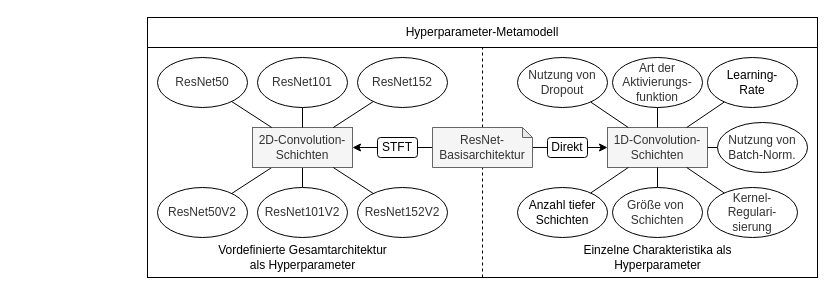
The draw.io diagram images/hypermodell.drawio in PhilippMatthes/diplom, before the edit. Source tidied: cells renumbered, new cells numbered last; positions are measured from the earlier drawing's top-left corner, leaving out a move shared by most shapes. Both pictures are drawn from the tidied source at 100%, with x=0, y=0 at pixel (147, 17).
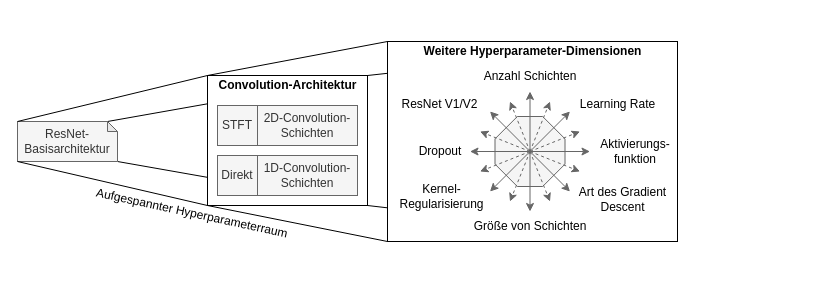
The same page after the edit.

Change to the diagram source:
```diff
@@
-    <mxCell id="2" style="rounded=0;whiteSpace=wrap;html=1;align=left;" parent="1" vertex="1">
-      <mxGeometry width="670" height="260" as="geometry" />
-    </mxCell>
-    <mxCell id="3" style="endArrow=none;dashed=1;html=1;exitX=0.5;exitY=1;exitDx=0;exitDy=0;entryX=0.5;entryY=1;entryDx=0;entryDy=0;" parent="1" edge="1" source="2" target="39">
-      <mxGeometry relative="1" as="geometry" />
-    </mxCell>
-    <mxCell id="4" style="edgeStyle=orthogonalEdgeStyle;rounded=0;jettySize=auto;html=1;exitX=0;exitY=0.5;exitDx=0;exitDy=0;exitPerimeter=0;entryX=1;entryY=0.5;entryDx=0;entryDy=0;" parent="1" edge="1" source="6" target="9">
-      <mxGeometry relative="1" as="geometry" />
-    </mxCell>
-    <mxCell id="5" style="edgeStyle=orthogonalEdgeStyle;rounded=0;jettySize=auto;html=1;exitX=0.996;exitY=0.499;exitDx=0;exitDy=0;exitPerimeter=0;entryX=0;entryY=0.5;entryDx=0;entryDy=0;" parent="1" edge="1" source="6" target="10">
-      <mxGeometry relative="1" as="geometry" />
-    </mxCell>
+    <mxCell id="40" style="edgeStyle=none;rounded=0;jettySize=auto;html=1;exitX=0;exitY=1;exitDx=0;exitDy=0;entryX=0;entryY=1;entryDx=0;entryDy=0;endArrow=none;endFill=0;" parent="1" edge="1" source="48" target="45">
+      <mxGeometry relative="1" as="geometry" />
+    </mxCell>
+    <mxCell id="41" style="edgeStyle=none;rounded=0;jettySize=auto;html=1;exitX=1;exitY=1;exitDx=0;exitDy=0;entryX=1;entryY=1;entryDx=0;entryDy=0;endArrow=none;endFill=0;" parent="1" edge="1" source="48" target="45">
+      <mxGeometry relative="1" as="geometry" />
+    </mxCell>
+    <mxCell id="42" style="edgeStyle=none;rounded=0;jettySize=auto;html=1;exitX=1;exitY=0;exitDx=0;exitDy=0;entryX=1;entryY=0;entryDx=0;entryDy=0;endArrow=none;endFill=0;" parent="1" edge="1" source="48" target="45">
+      <mxGeometry relative="1" as="geometry" />
+    </mxCell>
+    <mxCell id="43" style="endArrow=none;html=1;exitX=0;exitY=0;exitDx=90;exitDy=0;exitPerimeter=0;entryX=1;entryY=0;entryDx=0;entryDy=0;" parent="1" edge="1" source="6" target="48">
+      <mxGeometry relative="1" as="geometry" />
+    </mxCell>
+    <mxCell id="44" style="endArrow=none;html=1;exitX=1;exitY=1;exitDx=0;exitDy=0;exitPerimeter=0;entryX=1;entryY=1;entryDx=0;entryDy=0;" parent="1" edge="1" source="6" target="48">
+      <mxGeometry relative="1" as="geometry" />
+    </mxCell>
+    <mxCell id="45" style="rounded=0;whiteSpace=wrap;html=1;" parent="1" vertex="1">
+      <mxGeometry x="240" y="24" width="290" height="200" as="geometry" />
+    </mxCell>
+    <mxCell id="46" style="whiteSpace=wrap;html=1;shape=mxgraph.basic.octagon2;align=center;verticalAlign=middle;dx=11.17;fillColor=#f5f5f5;strokeColor=#666666;fontColor=#333333;" parent="1" vertex="1">
+      <mxGeometry x="347.5" y="99" width="70" height="70" as="geometry" />
+    </mxCell>
+    <mxCell id="47" style="rounded=0;jettySize=auto;html=1;exitX=0;exitY=0;exitDx=0;exitDy=0;entryX=0;entryY=0;entryDx=0;entryDy=0;endArrow=none;endFill=0;" parent="1" edge="1" source="48" target="45">
+      <mxGeometry relative="1" as="geometry" />
+    </mxCell>
+    <mxCell id="48" style="rounded=0;whiteSpace=wrap;html=1;" parent="1" vertex="1">
+      <mxGeometry x="60" y="58" width="160" height="130" as="geometry" />
+    </mxCell>
     <mxCell id="6" value="ResNet-Basisarchitektur" style="shape=note;whiteSpace=wrap;html=1;backgroundOutline=1;darkOpacity=0.05;size=10;fillColor=#f5f5f5;strokeColor=#666666;fontColor=#333333;" parent="1" vertex="1">
-      <mxGeometry x="285" y="110" width="100" height="40" as="geometry" />
+      <mxGeometry x="-130" y="104" width="100" height="40" as="geometry" />
     </mxCell>
-    <mxCell id="7" style="edgeStyle=none;rounded=0;jettySize=auto;html=1;startArrow=none;startFill=0;endArrow=none;endFill=0;" parent="1" edge="1" source="9" target="33">
-      <mxGeometry relative="1" as="geometry" />
-    </mxCell>
-    <mxCell id="8" style="edgeStyle=none;rounded=0;jettySize=auto;html=1;startArrow=none;startFill=0;endArrow=none;endFill=0;" parent="1" edge="1" source="9" target="34">
-      <mxGeometry relative="1" as="geometry" />
-    </mxCell>
     <mxCell id="9" value="2D-Convolution-Schichten" style="rounded=0;whiteSpace=wrap;html=1;fillColor=#f5f5f5;strokeColor=#666666;fontColor=#333333;" parent="1" vertex="1">
-      <mxGeometry x="105" y="110" width="100" height="40" as="geometry" />
+      <mxGeometry x="110" y="88" width="100" height="40" as="geometry" />
     </mxCell>
     <mxCell id="10" value="1D-Convolution-Schichten" style="rounded=0;whiteSpace=wrap;html=1;fillColor=#f5f5f5;strokeColor=#666666;fontColor=#333333;" parent="1" vertex="1">
-      <mxGeometry x="460" y="110" width="100" height="40" as="geometry" />
+      <mxGeometry x="110" y="138" width="100" height="40" as="geometry" />
     </mxCell>
-    <mxCell id="11" value="STFT" style="rounded=1;whiteSpace=wrap;html=1;" parent="1" vertex="1">
-      <mxGeometry x="230" y="120" width="40" height="20" as="geometry" />
+    <mxCell id="11" value="STFT" style="rounded=0;whiteSpace=wrap;html=1;fillColor=#f5f5f5;strokeColor=#666666;fontColor=#333333;" parent="1" vertex="1">
+      <mxGeometry x="70" y="88" width="40" height="40" as="geometry" />
     </mxCell>
-    <mxCell id="12" value="Direkt" style="rounded=1;whiteSpace=wrap;html=1;" parent="1" vertex="1">
-      <mxGeometry x="400" y="120" width="40" height="20" as="geometry" />
+    <mxCell id="12" value="Direkt" style="rounded=0;whiteSpace=wrap;html=1;fillColor=#f5f5f5;strokeColor=#666666;fontColor=#333333;" parent="1" vertex="1">
+      <mxGeometry x="70" y="138" width="40" height="40" as="geometry" />
     </mxCell>
-    <mxCell id="13" style="rounded=0;jettySize=auto;html=1;startArrow=none;startFill=0;endArrow=none;endFill=0;" parent="1" edge="1" source="14" target="10">
-      <mxGeometry relative="1" as="geometry" />
-    </mxCell>
-    <mxCell id="14" value="Anzahl tiefer Schichten" style="ellipse;whiteSpace=wrap;html=1;rounded=0;align=center;" parent="1" vertex="1">
-      <mxGeometry x="370" y="170" width="90" height="50" as="geometry" />
-    </mxCell>
-    <mxCell id="15" style="edgeStyle=none;rounded=0;jettySize=auto;html=1;startArrow=none;startFill=0;endArrow=none;endFill=0;" parent="1" edge="1" source="16" target="10">
-      <mxGeometry relative="1" as="geometry" />
-    </mxCell>
-    <mxCell id="16" value="Learning-&lt;br&gt;Rate" style="ellipse;whiteSpace=wrap;html=1;rounded=0;align=center;" parent="1" vertex="1">
-      <mxGeometry x="560" y="40" width="90" height="50" as="geometry" />
-    </mxCell>
-    <mxCell id="17" style="edgeStyle=none;rounded=0;jettySize=auto;html=1;startArrow=none;startFill=0;endArrow=none;endFill=0;" parent="1" edge="1" source="18" target="10">
-      <mxGeometry relative="1" as="geometry" />
-    </mxCell>
-    <mxCell id="18" value="&lt;span style=&quot;color: rgb(51 , 51 , 51)&quot;&gt;Art der Aktivierungs-funktion&lt;/span&gt;" style="ellipse;whiteSpace=wrap;html=1;rounded=0;align=center;" parent="1" vertex="1">
-      <mxGeometry x="465" y="40" width="90" height="50" as="geometry" />
-    </mxCell>
-    <mxCell id="19" style="edgeStyle=none;rounded=0;jettySize=auto;html=1;startArrow=none;startFill=0;endArrow=none;endFill=0;" parent="1" edge="1" source="20" target="10">
-      <mxGeometry relative="1" as="geometry" />
-    </mxCell>
+    <mxCell id="49" value="&lt;b&gt;Convolution-Architektur&lt;/b&gt;" style="text;html=1;strokeColor=none;fillColor=none;align=center;verticalAlign=middle;whiteSpace=wrap;rounded=0;" parent="1" vertex="1">
+      <mxGeometry x="67.5" y="58" width="145" height="20" as="geometry" />
+    </mxCell>
+    <mxCell id="50" style="endArrow=classic;html=1;fillColor=#f5f5f5;strokeColor=#666666;" parent="1" edge="1">
+      <mxGeometry relative="1" as="geometry">
+        <mxPoint x="382.5" y="134" as="sourcePoint" />
+        <mxPoint x="382.5" y="74" as="targetPoint" />
+      </mxGeometry>
+    </mxCell>
+    <mxCell id="51" value="Anzahl Schichten" style="text;html=1;strokeColor=none;fillColor=none;align=center;verticalAlign=middle;whiteSpace=wrap;rounded=0;" parent="1" vertex="1">
+      <mxGeometry x="322.5" y="49" width="120" height="20" as="geometry" />
+    </mxCell>
+    <mxCell id="52" style="endArrow=classic;html=1;fillColor=#f5f5f5;strokeColor=#666666;" parent="1" edge="1">
+      <mxGeometry relative="1" as="geometry">
+        <mxPoint x="382.5" y="134" as="sourcePoint" />
+        <mxPoint x="442.5" y="134" as="targetPoint" />
+      </mxGeometry>
+    </mxCell>
+    <mxCell id="53" value="Aktivierungs-&lt;br&gt;funktion" style="text;html=1;strokeColor=none;fillColor=none;align=center;verticalAlign=middle;whiteSpace=wrap;rounded=0;" parent="1" vertex="1">
+      <mxGeometry x="452.5" y="124" width="70" height="20" as="geometry" />
+    </mxCell>
+    <mxCell id="54" style="endArrow=classic;html=1;fillColor=#f5f5f5;strokeColor=#666666;" parent="1" edge="1">
+      <mxGeometry relative="1" as="geometry">
+        <mxPoint x="382.5" y="134" as="sourcePoint" />
+        <mxPoint x="382.5" y="194" as="targetPoint" />
+      </mxGeometry>
+    </mxCell>
-    <mxCell id="20" value="&lt;span style=&quot;color: rgb(51 , 51 , 51)&quot;&gt;Größe von&amp;nbsp;&lt;/span&gt;&lt;br style=&quot;color: rgb(51 , 51 , 51)&quot;&gt;&lt;span style=&quot;color: rgb(51 , 51 , 51)&quot;&gt;Schichten&lt;/span&gt;" style="ellipse;whiteSpace=wrap;html=1;rounded=0;align=center;" parent="1" vertex="1">
-      <mxGeometry x="465" y="170" width="90" height="50" as="geometry" />
+    <mxCell id="20" value="Größe von Schichten" style="text;html=1;strokeColor=none;fillColor=none;align=center;verticalAlign=middle;whiteSpace=wrap;rounded=0;" parent="1" vertex="1">
+      <mxGeometry x="312.5" y="199" width="140" height="20" as="geometry" />
     </mxCell>
-    <mxCell id="21" style="edgeStyle=none;rounded=0;jettySize=auto;html=1;startArrow=none;startFill=0;endArrow=none;endFill=0;" parent="1" edge="1" source="22" target="10">
-      <mxGeometry relative="1" as="geometry" />
-    </mxCell>
-    <mxCell id="22" value="&lt;span style=&quot;color: rgb(51 , 51 , 51)&quot;&gt;Nutzung von Dropout&lt;/span&gt;" style="ellipse;whiteSpace=wrap;html=1;rounded=0;align=center;" parent="1" vertex="1">
-      <mxGeometry x="370" y="40" width="90" height="50" as="geometry" />
-    </mxCell>
-    <mxCell id="23" style="edgeStyle=none;rounded=0;jettySize=auto;html=1;startArrow=none;startFill=0;endArrow=none;endFill=0;" parent="1" edge="1" source="24" target="10">
-      <mxGeometry relative="1" as="geometry" />
-    </mxCell>
-    <mxCell id="24" value="&lt;span style=&quot;color: rgb(51 , 51 , 51)&quot;&gt;Nutzung von Batch-Norm.&lt;/span&gt;" style="ellipse;whiteSpace=wrap;html=1;rounded=0;align=center;" parent="1" vertex="1">
-      <mxGeometry x="570" y="105" width="90" height="50" as="geometry" />
-    </mxCell>
-    <mxCell id="25" style="edgeStyle=none;rounded=0;jettySize=auto;html=1;startArrow=none;startFill=0;endArrow=none;endFill=0;" parent="1" edge="1" source="26" target="10">
-      <mxGeometry relative="1" as="geometry" />
-    </mxCell>
-    <mxCell id="26" value="&lt;span style=&quot;color: rgb(51 , 51 , 51)&quot;&gt;Kernel-&lt;br&gt;Regulari-sierung&lt;br&gt;&lt;/span&gt;" style="ellipse;whiteSpace=wrap;html=1;rounded=0;align=center;" parent="1" vertex="1">
-      <mxGeometry x="560" y="170" width="90" height="50" as="geometry" />
-    </mxCell>
-    <mxCell id="27" style="edgeStyle=none;rounded=0;jettySize=auto;html=1;startArrow=none;startFill=0;endArrow=none;endFill=0;" parent="1" edge="1" source="28" target="9">
-      <mxGeometry relative="1" as="geometry" />
-    </mxCell>
-    <mxCell id="28" value="&lt;span style=&quot;color: rgb(51 , 51 , 51)&quot;&gt;ResNet50&lt;/span&gt;" style="ellipse;whiteSpace=wrap;html=1;rounded=0;align=center;" parent="1" vertex="1">
-      <mxGeometry x="10" y="40" width="90" height="50" as="geometry" />
-    </mxCell>
-    <mxCell id="29" style="edgeStyle=none;rounded=0;jettySize=auto;html=1;startArrow=none;startFill=0;endArrow=none;endFill=0;" parent="1" edge="1" source="30" target="9">
-      <mxGeometry relative="1" as="geometry" />
-    </mxCell>
-    <mxCell id="30" value="&lt;span style=&quot;color: rgb(51 , 51 , 51)&quot;&gt;ResNet101&lt;/span&gt;" style="ellipse;whiteSpace=wrap;html=1;rounded=0;align=center;" parent="1" vertex="1">
-      <mxGeometry x="110" y="40" width="90" height="50" as="geometry" />
-    </mxCell>
-    <mxCell id="31" style="edgeStyle=none;rounded=0;jettySize=auto;html=1;startArrow=none;startFill=0;endArrow=none;endFill=0;" parent="1" edge="1" source="32" target="9">
-      <mxGeometry relative="1" as="geometry" />
-    </mxCell>
-    <mxCell id="32" value="&lt;span style=&quot;color: rgb(51 , 51 , 51)&quot;&gt;ResNet152&lt;/span&gt;" style="ellipse;whiteSpace=wrap;html=1;rounded=0;align=center;" parent="1" vertex="1">
-      <mxGeometry x="210" y="40" width="90" height="50" as="geometry" />
-    </mxCell>
-    <mxCell id="33" value="&lt;span style=&quot;color: rgb(51 , 51 , 51)&quot;&gt;ResNet50V2&lt;/span&gt;" style="ellipse;whiteSpace=wrap;html=1;rounded=0;align=center;" parent="1" vertex="1">
-      <mxGeometry x="10" y="170" width="90" height="50" as="geometry" />
-    </mxCell>
-    <mxCell id="34" value="&lt;span style=&quot;color: rgb(51 , 51 , 51)&quot;&gt;ResNet101V2&lt;/span&gt;" style="ellipse;whiteSpace=wrap;html=1;rounded=0;align=center;" parent="1" vertex="1">
-      <mxGeometry x="110" y="170" width="90" height="50" as="geometry" />
-    </mxCell>
-    <mxCell id="35" style="edgeStyle=none;rounded=0;jettySize=auto;html=1;startArrow=none;startFill=0;endArrow=none;endFill=0;" parent="1" edge="1" source="36" target="9">
-      <mxGeometry relative="1" as="geometry" />
-    </mxCell>
-    <mxCell id="36" value="&lt;span style=&quot;color: rgb(51 , 51 , 51)&quot;&gt;ResNet152V2&lt;/span&gt;" style="ellipse;whiteSpace=wrap;html=1;rounded=0;align=center;" parent="1" vertex="1">
-      <mxGeometry x="210" y="170" width="90" height="50" as="geometry" />
-    </mxCell>
-    <mxCell id="37" value="Vordefinierte Gesamtarchitektur als Hyperparameter" style="text;html=1;strokeColor=none;fillColor=none;align=center;verticalAlign=middle;whiteSpace=wrap;rounded=0;" parent="1" vertex="1">
-      <mxGeometry x="63.8" y="220" width="182.5" height="40" as="geometry" />
-    </mxCell>
-    <mxCell id="38" value="Einzelne Charakteristika als Hyperparameter" style="text;html=1;strokeColor=none;fillColor=none;align=center;verticalAlign=middle;whiteSpace=wrap;rounded=0;" parent="1" vertex="1">
-      <mxGeometry x="432.5" y="220" width="155" height="40" as="geometry" />
-    </mxCell>
-    <mxCell id="39" value="Hyperparameter-Metamodell" style="rounded=0;whiteSpace=wrap;html=1;align=center;" parent="1" vertex="1">
-      <mxGeometry width="670" height="30" as="geometry" />
-    </mxCell>
+    <mxCell id="55" value="Dropout" style="text;html=1;strokeColor=none;fillColor=none;align=center;verticalAlign=middle;whiteSpace=wrap;rounded=0;" parent="1" vertex="1">
+      <mxGeometry x="267.5" y="124" width="50" height="20" as="geometry" />
+    </mxCell>
+    <mxCell id="56" style="endArrow=classic;html=1;fillColor=#f5f5f5;strokeColor=#666666;" parent="1" edge="1">
+      <mxGeometry relative="1" as="geometry">
+        <mxPoint x="382.5" y="134" as="sourcePoint" />
+        <mxPoint x="322.5" y="134" as="targetPoint" />
+      </mxGeometry>
+    </mxCell>
+    <mxCell id="57" style="endArrow=classic;html=1;fillColor=#f5f5f5;strokeColor=#666666;" parent="1" edge="1">
+      <mxGeometry relative="1" as="geometry">
+        <mxPoint x="382.5" y="134" as="sourcePoint" />
+        <mxPoint x="422.5" y="174" as="targetPoint" />
+      </mxGeometry>
+    </mxCell>
+    <mxCell id="58" value="Art des Gradient &lt;br&gt;Descent" style="text;html=1;strokeColor=none;fillColor=none;align=center;verticalAlign=middle;whiteSpace=wrap;rounded=0;" parent="1" vertex="1">
+      <mxGeometry x="427.5" y="171.5" width="95" height="20" as="geometry" />
+    </mxCell>
+    <mxCell id="59" style="endArrow=classic;html=1;fillColor=#f5f5f5;strokeColor=#666666;" parent="1" edge="1">
+      <mxGeometry relative="1" as="geometry">
+        <mxPoint x="382.5" y="134" as="sourcePoint" />
+        <mxPoint x="342.5" y="174" as="targetPoint" />
+      </mxGeometry>
+    </mxCell>
+    <mxCell id="60" value="Kernel-&lt;br&gt;Regularisierung" style="text;html=1;strokeColor=none;fillColor=none;align=center;verticalAlign=middle;whiteSpace=wrap;rounded=0;" parent="1" vertex="1">
+      <mxGeometry x="252.5" y="166.5" width="82.5" height="25" as="geometry" />
+    </mxCell>
+    <mxCell id="61" style="endArrow=classic;html=1;fillColor=#f5f5f5;strokeColor=#666666;" parent="1" edge="1">
+      <mxGeometry relative="1" as="geometry">
+        <mxPoint x="382.5" y="134" as="sourcePoint" />
+        <mxPoint x="422.5" y="94" as="targetPoint" />
+      </mxGeometry>
+    </mxCell>
+    <mxCell id="62" value="Learning Rate" style="text;html=1;strokeColor=none;fillColor=none;align=center;verticalAlign=middle;whiteSpace=wrap;rounded=0;" parent="1" vertex="1">
+      <mxGeometry x="427.5" y="74" width="85" height="25" as="geometry" />
+    </mxCell>
+    <mxCell id="63" value="ResNet V1/V2" style="text;html=1;strokeColor=none;fillColor=none;align=center;verticalAlign=middle;whiteSpace=wrap;rounded=0;" parent="1" vertex="1">
+      <mxGeometry x="250" y="74" width="85" height="25" as="geometry" />
+    </mxCell>
+    <mxCell id="64" style="endArrow=classic;html=1;fillColor=#f5f5f5;strokeColor=#666666;" parent="1" edge="1">
+      <mxGeometry relative="1" as="geometry">
+        <mxPoint x="382.5" y="134" as="sourcePoint" />
+        <mxPoint x="342.5" y="94" as="targetPoint" />
+      </mxGeometry>
+    </mxCell>
+    <mxCell id="65" style="endArrow=classic;html=1;dashed=1;fillColor=#f5f5f5;strokeColor=#666666;" parent="1" edge="1">
+      <mxGeometry relative="1" as="geometry">
+        <mxPoint x="382.5" y="134" as="sourcePoint" />
+        <mxPoint x="432.5" y="114" as="targetPoint" />
+      </mxGeometry>
+    </mxCell>
+    <mxCell id="66" style="endArrow=classic;html=1;dashed=1;fillColor=#f5f5f5;strokeColor=#666666;" parent="1" edge="1">
+      <mxGeometry relative="1" as="geometry">
+        <mxPoint x="382.5" y="134" as="sourcePoint" />
+        <mxPoint x="402.5" y="184" as="targetPoint" />
+      </mxGeometry>
+    </mxCell>
+    <mxCell id="67" style="endArrow=classic;html=1;dashed=1;fillColor=#f5f5f5;strokeColor=#666666;" parent="1" edge="1">
+      <mxGeometry relative="1" as="geometry">
+        <mxPoint x="382.5" y="134" as="sourcePoint" />
+        <mxPoint x="362.5" y="184" as="targetPoint" />
+      </mxGeometry>
+    </mxCell>
+    <mxCell id="68" style="endArrow=classic;html=1;dashed=1;fillColor=#f5f5f5;strokeColor=#666666;" parent="1" edge="1">
+      <mxGeometry relative="1" as="geometry">
+        <mxPoint x="382.5" y="134" as="sourcePoint" />
+        <mxPoint x="332.5" y="154" as="targetPoint" />
+      </mxGeometry>
+    </mxCell>
+    <mxCell id="69" style="endArrow=classic;html=1;dashed=1;fillColor=#f5f5f5;strokeColor=#666666;" parent="1" edge="1">
+      <mxGeometry relative="1" as="geometry">
+        <mxPoint x="382.5" y="134" as="sourcePoint" />
+        <mxPoint x="332.5" y="114" as="targetPoint" />
+      </mxGeometry>
+    </mxCell>
+    <mxCell id="70" style="endArrow=classic;html=1;dashed=1;fillColor=#f5f5f5;strokeColor=#666666;" parent="1" edge="1">
+      <mxGeometry relative="1" as="geometry">
+        <mxPoint x="382.5" y="134" as="sourcePoint" />
+        <mxPoint x="362.5" y="84" as="targetPoint" />
+      </mxGeometry>
+    </mxCell>
+    <mxCell id="71" style="endArrow=classic;html=1;dashed=1;fillColor=#f5f5f5;strokeColor=#666666;" parent="1" edge="1">
+      <mxGeometry relative="1" as="geometry">
+        <mxPoint x="382.5" y="134" as="sourcePoint" />
+        <mxPoint x="402.5" y="84" as="targetPoint" />
+      </mxGeometry>
+    </mxCell>
+    <mxCell id="72" style="endArrow=classic;html=1;dashed=1;fillColor=#f5f5f5;strokeColor=#666666;" parent="1" edge="1">
+      <mxGeometry relative="1" as="geometry">
+        <mxPoint x="382.5" y="134" as="sourcePoint" />
+        <mxPoint x="432.5" y="154" as="targetPoint" />
+      </mxGeometry>
+    </mxCell>
+    <mxCell id="73" value="&lt;b&gt;Weitere Hyperparameter-Dimensionen&lt;/b&gt;" style="text;html=1;strokeColor=none;fillColor=none;align=center;verticalAlign=middle;whiteSpace=wrap;rounded=0;" parent="1" vertex="1">
+      <mxGeometry x="268.8" y="24" width="232.5" height="20" as="geometry" />
+    </mxCell>
+    <mxCell id="74" style="endArrow=none;html=1;exitX=0;exitY=0;exitDx=0;exitDy=0;exitPerimeter=0;entryX=0;entryY=0;entryDx=0;entryDy=0;" parent="1" edge="1" source="6" target="48">
+      <mxGeometry relative="1" as="geometry" />
+    </mxCell>
+    <mxCell id="75" style="endArrow=none;html=1;exitX=0;exitY=1;exitDx=0;exitDy=0;exitPerimeter=0;entryX=0;entryY=1;entryDx=0;entryDy=0;" parent="1" edge="1" source="6" target="48">
+      <mxGeometry relative="1" as="geometry" />
+    </mxCell>
+    <mxCell id="76" value="Aufgespannter Hyperparameterraum" style="text;html=1;strokeColor=none;fillColor=none;align=center;verticalAlign=middle;whiteSpace=wrap;rounded=0;rotation=12.2;" parent="1" vertex="1">
+      <mxGeometry x="-60" y="191.5" width="210" height="8.5" as="geometry" />
+    </mxCell>
```
